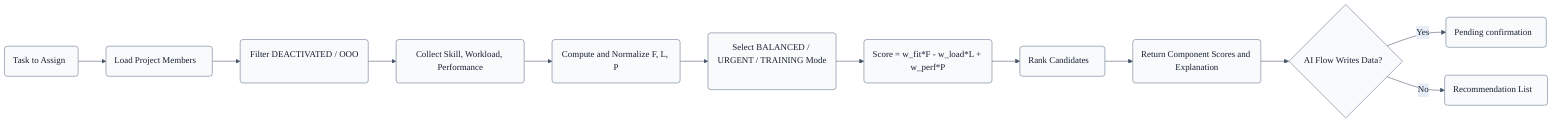
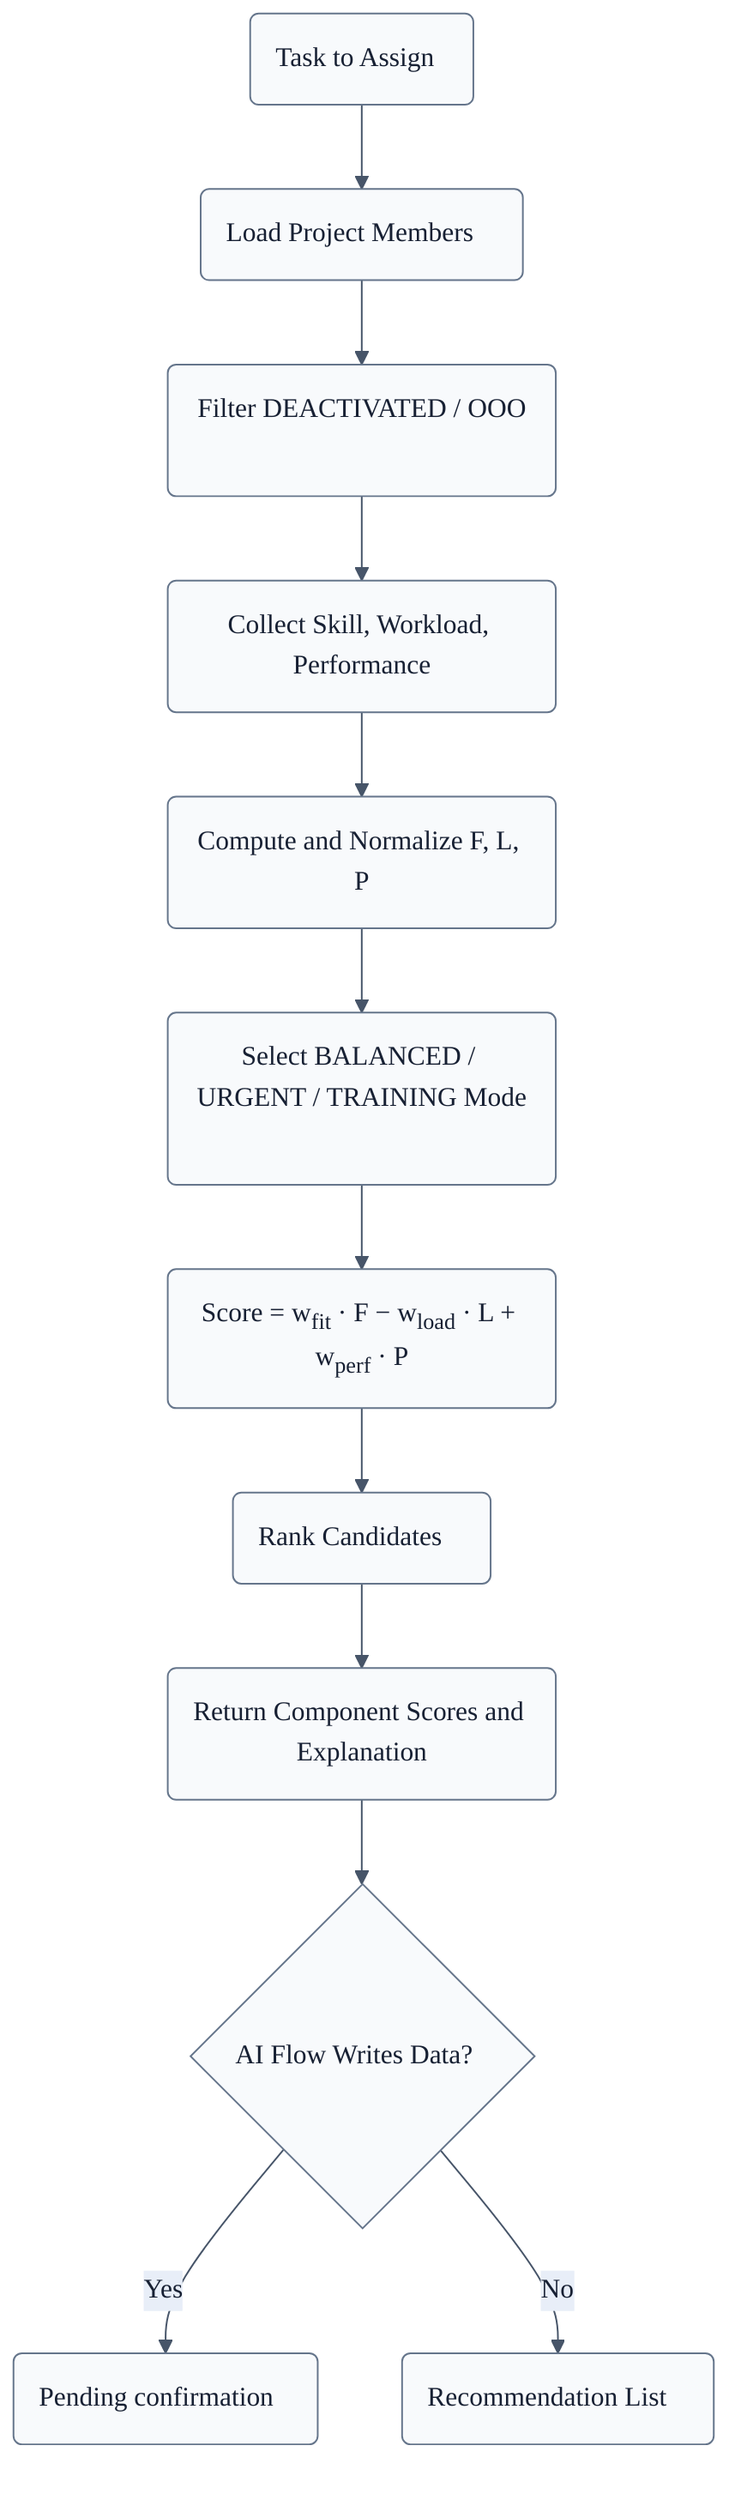
---
config:
  theme: base
  themeVariables:
    fontFamily: Inter, Arial, sans-serif
    primaryColor: '#f8fafc'
    primaryTextColor: '#172033'
    primaryBorderColor: '#65758b'
    lineColor: '#475569'
    secondaryColor: '#e8eef8'
    tertiaryColor: '#ffffff'
---
- flowchart LR
+ flowchart
    Task(Task to Assign) --> Members(Load Project Members)
    Members --> Filter(Filter DEACTIVATED / OOO)
    Filter --> Data(Collect Skill, Workload, Performance)
    Data --> Normalize(Compute and Normalize F, L, P)
    Normalize --> Mode(Select BALANCED / URGENT / TRAINING Mode)
-     Mode --> Score(Score = w_fit*F - w_load*L + w_perf*P)
+     Mode --> Score("Score = w<sub>fit</sub> · F − w<sub>load</sub> · L + w<sub>perf</sub> · P")
    Score --> Rank(Rank Candidates)
    Rank --> Explain(Return Component Scores and Explanation)
    Explain --> Confirm{AI Flow Writes Data?}
    Confirm -->|Yes| Pending(Pending confirmation)
    Confirm -->|No| Result(Recommendation List)

classDef person fill:#fff7ed,stroke:#f97316,color:#7c2d12,stroke-width:1px;
classDef app fill:#eef6ff,stroke:#2563eb,color:#172554,stroke-width:1px;
classDef backend fill:#eef2ff,stroke:#4f46e5,color:#1e1b4b,stroke-width:1px;
classDef data fill:#ecfdf5,stroke:#059669,color:#064e3b,stroke-width:1px;
classDef external fill:#fdf2f8,stroke:#db2777,color:#831843,stroke-width:1px;
classDef process fill:#f8fafc,stroke:#64748b,color:#0f172a,stroke-width:1px;
classDef warn fill:#fff7ed,stroke:#ea580c,color:#7c2d12,stroke-width:1px;
classDef ok fill:#f0fdf4,stroke:#16a34a,color:#14532d,stroke-width:1px;
